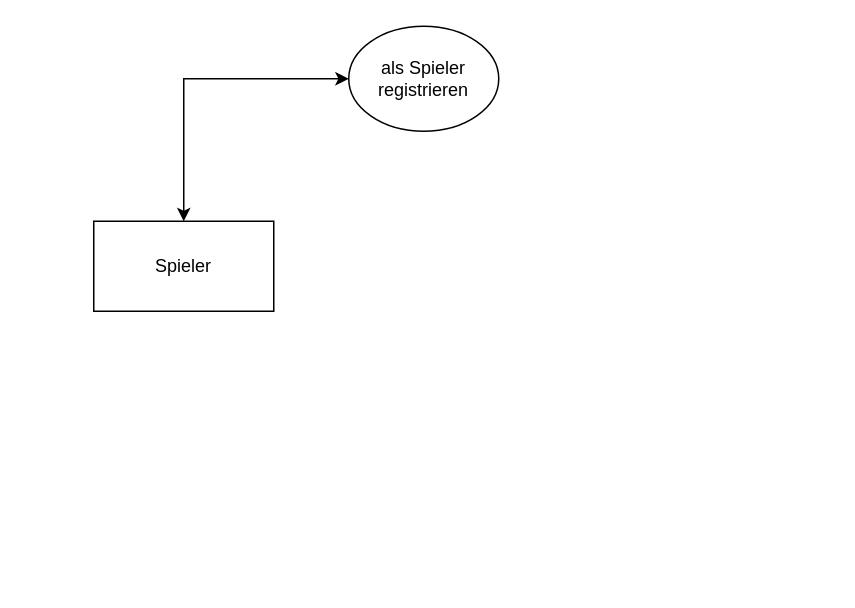
Earlier version of the draw.io diagram Unbenanntes Diagramm.drawio (i3ene/decksterous). Source tidied: cells renumbered, new cells numbered last; positions are measured from the earlier drawing's top-left corner, leaving out a move shared by most shapes. Both pictures are drawn from the tidied source at 150%, with x=0, y=0 at pixel (93, 26).
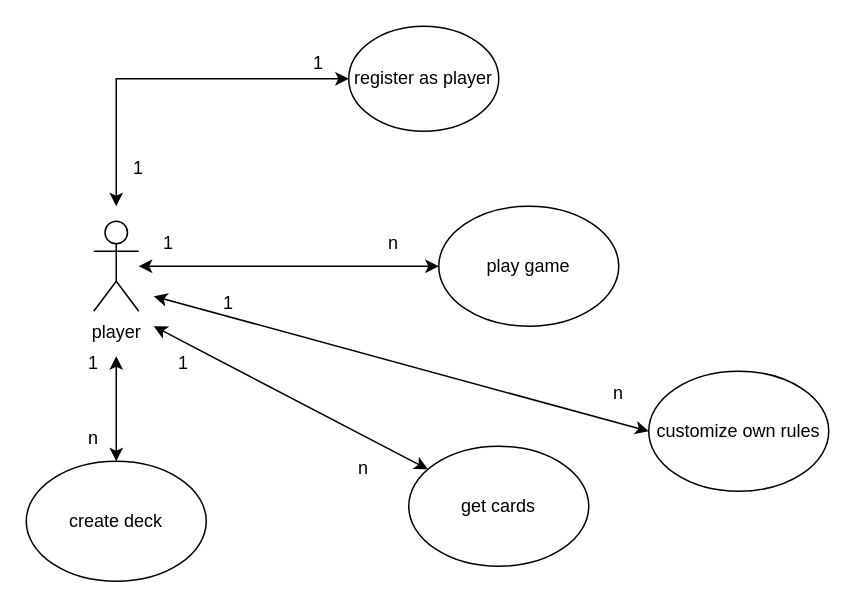
The same diagram, later.

What changed in the source:
```diff
@@
-    <mxCell id="2" value="Spieler" style="rounded=0;whiteSpace=wrap;html=1;" parent="1" vertex="1">
-      <mxGeometry y="130" width="120" height="60" as="geometry" />
+    <mxCell id="2" value="player" style="shape=umlActor;verticalLabelPosition=bottom;verticalAlign=top;html=1;fontFamily=Helvetica;fontSize=12;fontColor=default;align=center;strokeColor=default;fillColor=default;" parent="1" vertex="1">
+      <mxGeometry y="130" width="30" height="60" as="geometry" />
     </mxCell>
-    <mxCell id="3" value="als Spieler registrieren" style="ellipse;whiteSpace=wrap;html=1;" parent="1" vertex="1">
+    <mxCell id="3" value="register as player" style="ellipse;whiteSpace=wrap;html=1;" parent="1" vertex="1">
       <mxGeometry x="170" width="100" height="70" as="geometry" />
     </mxCell>
-    <mxCell id="4" style="endArrow=classic;startArrow=classic;html=1;rounded=0;entryX=0;entryY=0.5;entryDx=0;entryDy=0;exitX=0.5;exitY=0;exitDx=0;exitDy=0;" parent="1" edge="1" source="2" target="3">
+    <mxCell id="4" style="endArrow=classic;startArrow=classic;html=1;rounded=0;entryX=0;entryY=0.5;entryDx=0;entryDy=0;" parent="1" edge="1" target="3">
       <mxGeometry relative="1" as="geometry">
+        <mxPoint x="15" y="120" as="sourcePoint" />
         <Array as="points">
-          <mxPoint x="60" y="35" />
+          <mxPoint x="15" y="35" />
         </Array>
       </mxGeometry>
     </mxCell>
+    <mxCell id="5" value="create deck" style="ellipse;whiteSpace=wrap;html=1;" parent="1" vertex="1">
+      <mxGeometry x="-45" y="290" width="120" height="80" as="geometry" />
+    </mxCell>
+    <mxCell id="6" style="endArrow=classic;startArrow=classic;html=1;rounded=0;exitX=0.5;exitY=0;exitDx=0;exitDy=0;" parent="1" edge="1" source="5">
+      <mxGeometry relative="1" as="geometry">
+        <mxPoint x="15" y="220" as="targetPoint" />
+      </mxGeometry>
+    </mxCell>
+    <mxCell id="7" value="play game" style="ellipse;whiteSpace=wrap;html=1;" parent="1" vertex="1">
+      <mxGeometry x="230" y="120" width="120" height="80" as="geometry" />
+    </mxCell>
+    <mxCell id="8" style="endArrow=classic;startArrow=classic;html=1;rounded=0;exitX=1;exitY=0.5;exitDx=0;exitDy=0;entryX=0;entryY=0.5;entryDx=0;entryDy=0;" parent="1" edge="1" source="2" target="7">
+      <mxGeometry relative="1" as="geometry" />
+    </mxCell>
+    <mxCell id="9" value="get cards" style="ellipse;whiteSpace=wrap;html=1;" parent="1" vertex="1">
+      <mxGeometry x="210" y="280" width="120" height="80" as="geometry" />
+    </mxCell>
+    <mxCell id="10" style="endArrow=classic;startArrow=classic;html=1;rounded=0;" parent="1" edge="1" target="9">
+      <mxGeometry relative="1" as="geometry">
+        <mxPoint x="40" y="200" as="sourcePoint" />
+      </mxGeometry>
+    </mxCell>
+    <mxCell id="11" value="customize own rules" style="ellipse;whiteSpace=wrap;html=1;" parent="1" vertex="1">
+      <mxGeometry x="370" y="230" width="120" height="80" as="geometry" />
+    </mxCell>
+    <mxCell id="12" style="endArrow=classic;startArrow=classic;html=1;rounded=0;entryX=0;entryY=0.5;entryDx=0;entryDy=0;" parent="1" edge="1" target="11">
+      <mxGeometry relative="1" as="geometry">
+        <mxPoint x="40" y="180" as="sourcePoint" />
+      </mxGeometry>
+    </mxCell>
+    <mxCell id="13" value="1" style="text;html=1;strokeColor=none;fillColor=none;align=center;verticalAlign=middle;whiteSpace=wrap;rounded=0;" parent="1" vertex="1">
+      <mxGeometry x="20" y="130" width="60" height="30" as="geometry" />
+    </mxCell>
+    <mxCell id="14" value="n" style="text;html=1;strokeColor=none;fillColor=none;align=center;verticalAlign=middle;whiteSpace=wrap;rounded=0;" parent="1" vertex="1">
+      <mxGeometry x="170" y="130" width="60" height="30" as="geometry" />
+    </mxCell>
+    <mxCell id="15" value="1" style="text;html=1;strokeColor=none;fillColor=none;align=center;verticalAlign=middle;whiteSpace=wrap;rounded=0;" parent="1" vertex="1">
+      <mxGeometry y="80" width="60" height="30" as="geometry" />
+    </mxCell>
+    <mxCell id="16" value="1" style="text;html=1;strokeColor=none;fillColor=none;align=center;verticalAlign=middle;whiteSpace=wrap;rounded=0;" parent="1" vertex="1">
+      <mxGeometry x="120" y="10" width="60" height="30" as="geometry" />
+    </mxCell>
+    <mxCell id="17" value="1" style="text;html=1;strokeColor=none;fillColor=none;align=center;verticalAlign=middle;whiteSpace=wrap;rounded=0;" parent="1" vertex="1">
+      <mxGeometry x="60" y="170" width="60" height="30" as="geometry" />
+    </mxCell>
+    <mxCell id="18" value="n" style="text;html=1;strokeColor=none;fillColor=none;align=center;verticalAlign=middle;whiteSpace=wrap;rounded=0;" parent="1" vertex="1">
+      <mxGeometry x="320" y="230" width="60" height="30" as="geometry" />
+    </mxCell>
+    <mxCell id="19" value="1" style="text;html=1;strokeColor=none;fillColor=none;align=center;verticalAlign=middle;whiteSpace=wrap;rounded=0;" parent="1" vertex="1">
+      <mxGeometry x="30" y="210" width="60" height="30" as="geometry" />
+    </mxCell>
+    <mxCell id="20" value="n" style="text;html=1;strokeColor=none;fillColor=none;align=center;verticalAlign=middle;whiteSpace=wrap;rounded=0;" parent="1" vertex="1">
+      <mxGeometry x="150" y="280" width="60" height="30" as="geometry" />
+    </mxCell>
+    <mxCell id="21" value="1" style="text;html=1;strokeColor=none;fillColor=none;align=center;verticalAlign=middle;whiteSpace=wrap;rounded=0;" parent="1" vertex="1">
+      <mxGeometry x="-30" y="210" width="60" height="30" as="geometry" />
+    </mxCell>
+    <mxCell id="22" value="n" style="text;html=1;strokeColor=none;fillColor=none;align=center;verticalAlign=middle;whiteSpace=wrap;rounded=0;" parent="1" vertex="1">
+      <mxGeometry x="-30" y="260" width="60" height="30" as="geometry" />
+    </mxCell>
```
